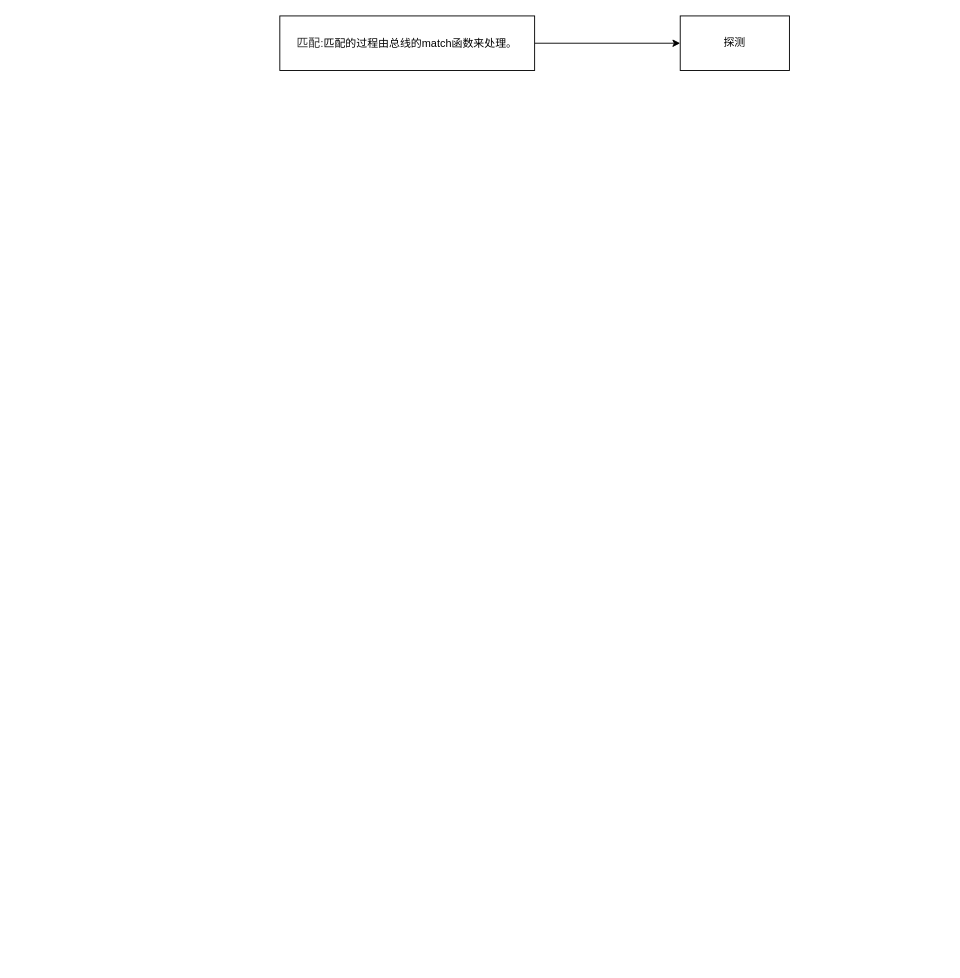
Above: amd dkms驱动源码阅读.drawio in enzoyes/desginsindraw (draw.io), before the change. Source tidied: cells renumbered, new cells numbered last; positions are measured from the earlier drawing's top-left corner, leaving out a move shared by most shapes. Both pictures are drawn from the tidied source at 91%, with x=0, y=0 at pixel (279, 15).
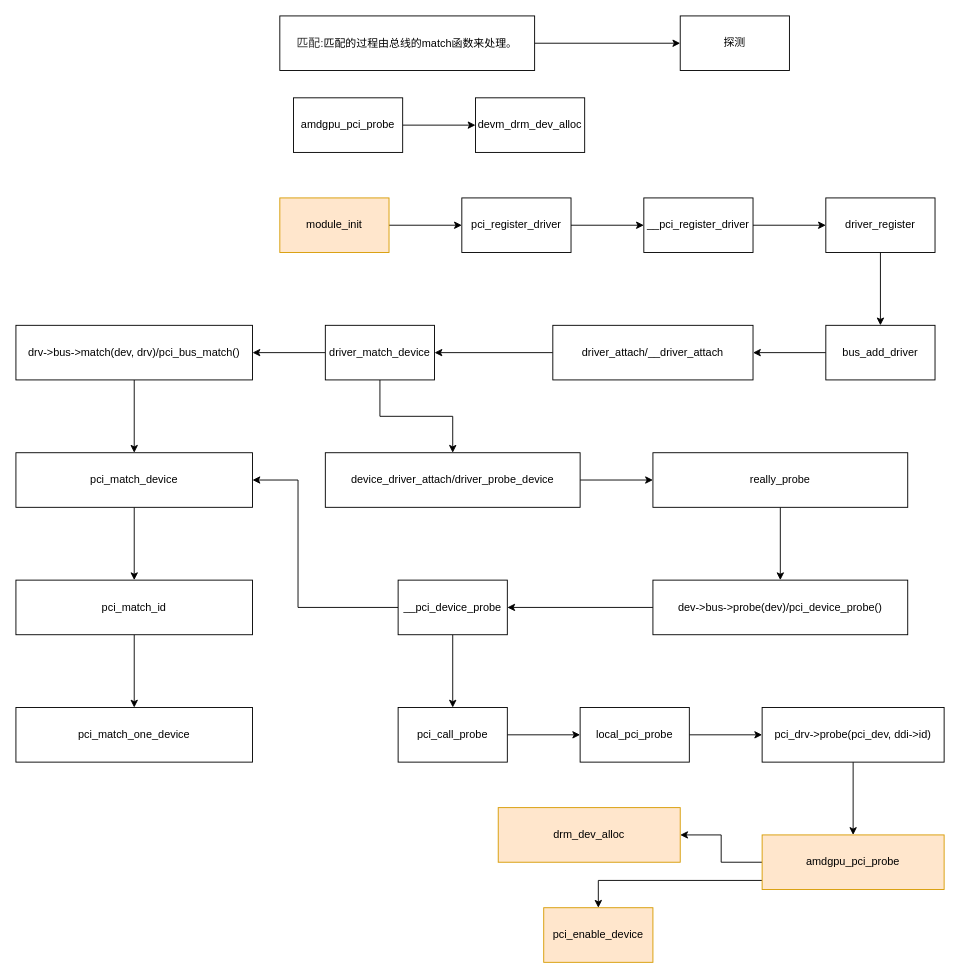
The same diagram, later.

Commit message (it also covers changes not shown here):
更新amd dkms驱动源码阅读.drawio

What changed in the source:
```diff
@@
+    <mxCell id="5" style="edgeStyle=orthogonalEdgeStyle;rounded=0;jettySize=auto;html=1;" parent="1" edge="1" source="6" target="7">
+      <mxGeometry relative="1" as="geometry" />
+    </mxCell>
+    <mxCell id="6" value="amdgpu_pci_probe" style="rounded=0;whiteSpace=wrap;html=1;" parent="1" vertex="1">
+      <mxGeometry x="15" y="90" width="120" height="60" as="geometry" />
+    </mxCell>
+    <mxCell id="7" value="devm_drm_dev_alloc" style="rounded=0;whiteSpace=wrap;html=1;" parent="1" vertex="1">
+      <mxGeometry x="215" y="90" width="120" height="60" as="geometry" />
+    </mxCell>
+    <mxCell id="8" style="edgeStyle=orthogonalEdgeStyle;rounded=0;jettySize=auto;html=1;" parent="1" edge="1" source="9" target="11">
+      <mxGeometry relative="1" as="geometry" />
+    </mxCell>
+    <mxCell id="9" value="module_init" style="rounded=0;whiteSpace=wrap;html=1;fillColor=#ffe6cc;strokeColor=#d79b00;" parent="1" vertex="1">
+      <mxGeometry y="200" width="120" height="60" as="geometry" />
+    </mxCell>
+    <mxCell id="10" style="edgeStyle=orthogonalEdgeStyle;rounded=0;jettySize=auto;html=1;" parent="1" edge="1" source="11" target="13">
+      <mxGeometry relative="1" as="geometry" />
+    </mxCell>
+    <mxCell id="11" value="pci_register_driver" style="rounded=0;whiteSpace=wrap;html=1;" parent="1" vertex="1">
+      <mxGeometry x="200" y="200" width="120" height="60" as="geometry" />
+    </mxCell>
+    <mxCell id="12" style="edgeStyle=orthogonalEdgeStyle;rounded=0;jettySize=auto;html=1;" parent="1" edge="1" source="13" target="15">
+      <mxGeometry relative="1" as="geometry" />
+    </mxCell>
+    <mxCell id="13" value="__pci_register_driver" style="whiteSpace=wrap;html=1;rounded=0;" parent="1" vertex="1">
+      <mxGeometry x="400" y="200" width="120" height="60" as="geometry" />
+    </mxCell>
+    <mxCell id="14" style="edgeStyle=orthogonalEdgeStyle;rounded=0;jettySize=auto;html=1;" parent="1" edge="1" source="15" target="17">
+      <mxGeometry relative="1" as="geometry" />
+    </mxCell>
+    <mxCell id="15" value="driver_register" style="whiteSpace=wrap;html=1;rounded=0;" parent="1" vertex="1">
+      <mxGeometry x="600" y="200" width="120" height="60" as="geometry" />
+    </mxCell>
+    <mxCell id="16" style="edgeStyle=orthogonalEdgeStyle;rounded=0;jettySize=auto;html=1;" parent="1" edge="1" source="17" target="19">
+      <mxGeometry relative="1" as="geometry" />
+    </mxCell>
+    <mxCell id="17" value="bus_add_driver" style="rounded=0;whiteSpace=wrap;html=1;" parent="1" vertex="1">
+      <mxGeometry x="600" y="340" width="120" height="60" as="geometry" />
+    </mxCell>
+    <mxCell id="18" style="edgeStyle=orthogonalEdgeStyle;rounded=0;jettySize=auto;html=1;" parent="1" edge="1" source="19" target="22">
+      <mxGeometry relative="1" as="geometry" />
+    </mxCell>
+    <mxCell id="19" value="driver_attach/__driver_attach" style="rounded=0;whiteSpace=wrap;html=1;" parent="1" vertex="1">
+      <mxGeometry x="300" y="340" width="220" height="60" as="geometry" />
+    </mxCell>
+    <mxCell id="20" style="edgeStyle=orthogonalEdgeStyle;rounded=0;jettySize=auto;html=1;" parent="1" edge="1" source="22" target="24">
+      <mxGeometry relative="1" as="geometry" />
+    </mxCell>
+    <mxCell id="21" style="edgeStyle=orthogonalEdgeStyle;rounded=0;jettySize=auto;html=1;" parent="1" edge="1" source="22" target="31">
+      <mxGeometry relative="1" as="geometry" />
+    </mxCell>
+    <mxCell id="22" value="driver_match_device" style="whiteSpace=wrap;html=1;rounded=0;" parent="1" vertex="1">
+      <mxGeometry x="50" y="340" width="120" height="60" as="geometry" />
+    </mxCell>
+    <mxCell id="23" style="edgeStyle=orthogonalEdgeStyle;rounded=0;jettySize=auto;html=1;" parent="1" edge="1" source="24" target="26">
+      <mxGeometry relative="1" as="geometry" />
+    </mxCell>
+    <mxCell id="24" value="drv-&amp;gt;bus-&amp;gt;match(dev,&amp;nbsp;drv)/pci_bus_match()" style="whiteSpace=wrap;html=1;rounded=0;" parent="1" vertex="1">
+      <mxGeometry x="-290" y="340" width="260" height="60" as="geometry" />
+    </mxCell>
+    <mxCell id="25" style="edgeStyle=orthogonalEdgeStyle;rounded=0;jettySize=auto;html=1;" parent="1" edge="1" source="26" target="28">
+      <mxGeometry relative="1" as="geometry" />
+    </mxCell>
+    <mxCell id="26" value="pci_match_device" style="whiteSpace=wrap;html=1;rounded=0;" parent="1" vertex="1">
+      <mxGeometry x="-290" y="480" width="260" height="60" as="geometry" />
+    </mxCell>
+    <mxCell id="27" style="edgeStyle=orthogonalEdgeStyle;rounded=0;jettySize=auto;html=1;" parent="1" edge="1" source="28" target="29">
+      <mxGeometry relative="1" as="geometry" />
+    </mxCell>
+    <mxCell id="28" value="pci_match_id" style="whiteSpace=wrap;html=1;rounded=0;" parent="1" vertex="1">
+      <mxGeometry x="-290" y="620" width="260" height="60" as="geometry" />
+    </mxCell>
+    <mxCell id="29" value="pci_match_one_device" style="whiteSpace=wrap;html=1;rounded=0;" parent="1" vertex="1">
+      <mxGeometry x="-290" y="760" width="260" height="60" as="geometry" />
+    </mxCell>
+    <mxCell id="30" style="edgeStyle=orthogonalEdgeStyle;rounded=0;jettySize=auto;html=1;" parent="1" edge="1" source="31" target="33">
+      <mxGeometry relative="1" as="geometry" />
+    </mxCell>
+    <mxCell id="31" value="device_driver_attach/driver_probe_device" style="whiteSpace=wrap;html=1;rounded=0;" parent="1" vertex="1">
+      <mxGeometry x="50" y="480" width="280" height="60" as="geometry" />
+    </mxCell>
+    <mxCell id="32" style="edgeStyle=orthogonalEdgeStyle;rounded=0;jettySize=auto;html=1;" parent="1" edge="1" source="33" target="35">
+      <mxGeometry relative="1" as="geometry" />
+    </mxCell>
+    <mxCell id="33" value="really_probe" style="whiteSpace=wrap;html=1;rounded=0;" parent="1" vertex="1">
+      <mxGeometry x="410" y="480" width="280" height="60" as="geometry" />
+    </mxCell>
+    <mxCell id="34" style="edgeStyle=orthogonalEdgeStyle;rounded=0;jettySize=auto;html=1;" parent="1" edge="1" source="35" target="38">
+      <mxGeometry relative="1" as="geometry" />
+    </mxCell>
+    <mxCell id="35" value="dev-&amp;gt;bus-&amp;gt;probe(dev)/pci_device_probe()" style="whiteSpace=wrap;html=1;rounded=0;" parent="1" vertex="1">
+      <mxGeometry x="410" y="620" width="280" height="60" as="geometry" />
+    </mxCell>
+    <mxCell id="36" style="edgeStyle=orthogonalEdgeStyle;rounded=0;jettySize=auto;html=1;entryX=1;entryY=0.5;entryDx=0;entryDy=0;" parent="1" edge="1" source="38" target="26">
+      <mxGeometry relative="1" as="geometry">
+        <Array as="points">
+          <mxPoint x="20" y="650" />
+          <mxPoint x="20" y="510" />
+        </Array>
+      </mxGeometry>
+    </mxCell>
+    <mxCell id="37" style="edgeStyle=orthogonalEdgeStyle;rounded=0;jettySize=auto;html=1;" parent="1" edge="1" source="38" target="40">
+      <mxGeometry relative="1" as="geometry" />
+    </mxCell>
+    <mxCell id="38" value="__pci_device_probe" style="whiteSpace=wrap;html=1;rounded=0;" parent="1" vertex="1">
+      <mxGeometry x="130" y="620" width="120" height="60" as="geometry" />
+    </mxCell>
+    <mxCell id="39" style="edgeStyle=orthogonalEdgeStyle;rounded=0;jettySize=auto;html=1;" parent="1" edge="1" source="40" target="42">
+      <mxGeometry relative="1" as="geometry" />
+    </mxCell>
+    <mxCell id="40" value="pci_call_probe" style="whiteSpace=wrap;html=1;rounded=0;" parent="1" vertex="1">
+      <mxGeometry x="130" y="760" width="120" height="60" as="geometry" />
+    </mxCell>
+    <mxCell id="41" style="edgeStyle=orthogonalEdgeStyle;rounded=0;jettySize=auto;html=1;" parent="1" edge="1" source="42" target="44">
+      <mxGeometry relative="1" as="geometry" />
+    </mxCell>
+    <mxCell id="42" value="local_pci_probe" style="whiteSpace=wrap;html=1;rounded=0;" parent="1" vertex="1">
+      <mxGeometry x="330" y="760" width="120" height="60" as="geometry" />
+    </mxCell>
+    <mxCell id="43" style="edgeStyle=orthogonalEdgeStyle;rounded=0;jettySize=auto;html=1;" parent="1" edge="1" source="44" target="47">
+      <mxGeometry relative="1" as="geometry" />
+    </mxCell>
+    <mxCell id="44" value="pci_drv-&amp;gt;probe(pci_dev,&amp;nbsp;ddi-&amp;gt;id)" style="whiteSpace=wrap;html=1;rounded=0;" parent="1" vertex="1">
+      <mxGeometry x="530" y="760" width="200" height="60" as="geometry" />
+    </mxCell>
+    <mxCell id="45" style="edgeStyle=orthogonalEdgeStyle;rounded=0;jettySize=auto;html=1;" parent="1" edge="1" source="47" target="48">
+      <mxGeometry relative="1" as="geometry">
+        <Array as="points">
+          <mxPoint x="350" y="950" />
+        </Array>
+      </mxGeometry>
+    </mxCell>
+    <mxCell id="46" style="edgeStyle=orthogonalEdgeStyle;rounded=0;jettySize=auto;html=1;" parent="1" edge="1" source="47" target="49">
+      <mxGeometry relative="1" as="geometry" />
+    </mxCell>
+    <mxCell id="47" value="amdgpu_pci_probe" style="whiteSpace=wrap;html=1;rounded=0;fillColor=#ffe6cc;strokeColor=#d79b00;" parent="1" vertex="1">
+      <mxGeometry x="530" y="900" width="200" height="60" as="geometry" />
+    </mxCell>
+    <mxCell id="48" value="pci_enable_device" style="whiteSpace=wrap;html=1;rounded=0;fillColor=#ffe6cc;strokeColor=#d79b00;" parent="1" vertex="1">
+      <mxGeometry x="290" y="980" width="120" height="60" as="geometry" />
+    </mxCell>
+    <mxCell id="49" value="drm_dev_alloc" style="whiteSpace=wrap;html=1;rounded=0;fillColor=#ffe6cc;strokeColor=#d79b00;" parent="1" vertex="1">
+      <mxGeometry x="240" y="870" width="200" height="60" as="geometry" />
+    </mxCell>
```
